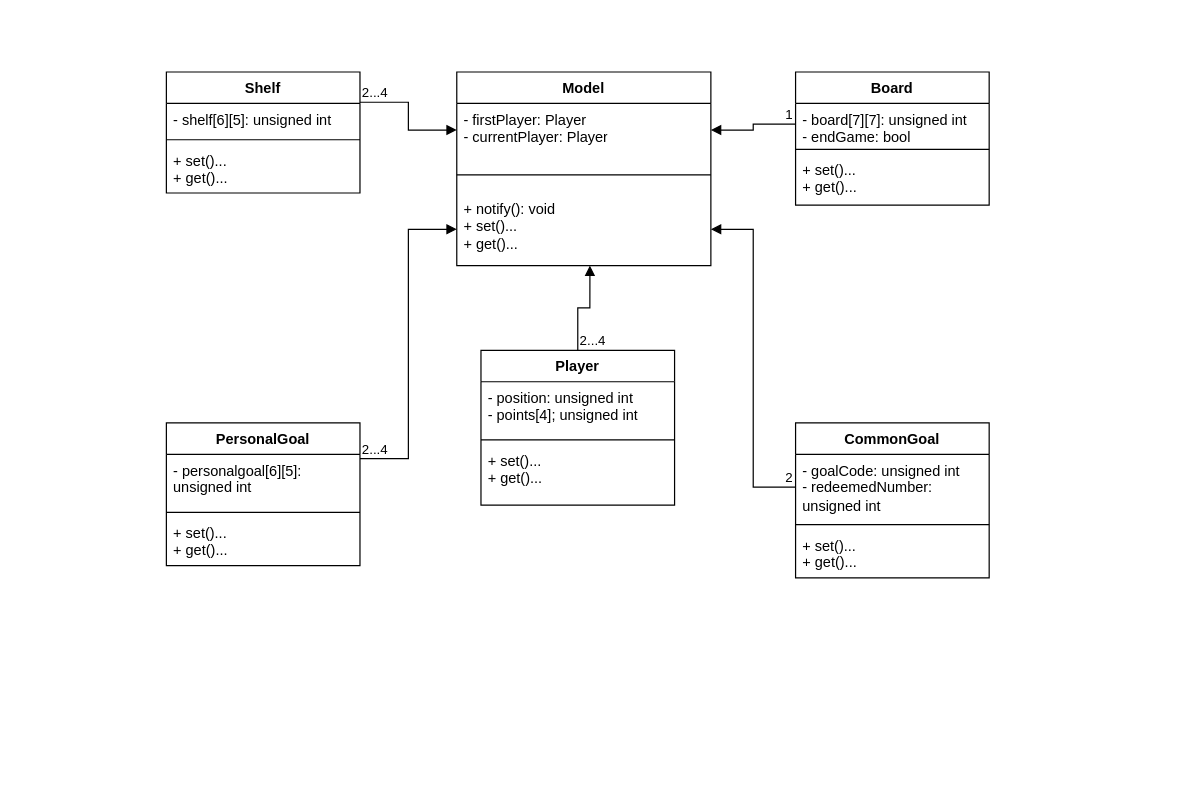
Above: InitialUML.drawio in Luisi-Parsani-Simoncini-Zanardi/ing-sw-2023-luisi-parsani-simoncini-zanardi (draw.io), before the change. Source tidied: cells renumbered, new cells numbered last; positions are measured from the earlier drawing's top-left corner, leaving out a move shared by most shapes. Both pictures are drawn from the tidied source at 121%, with x=0, y=0 at pixel (166, 71).
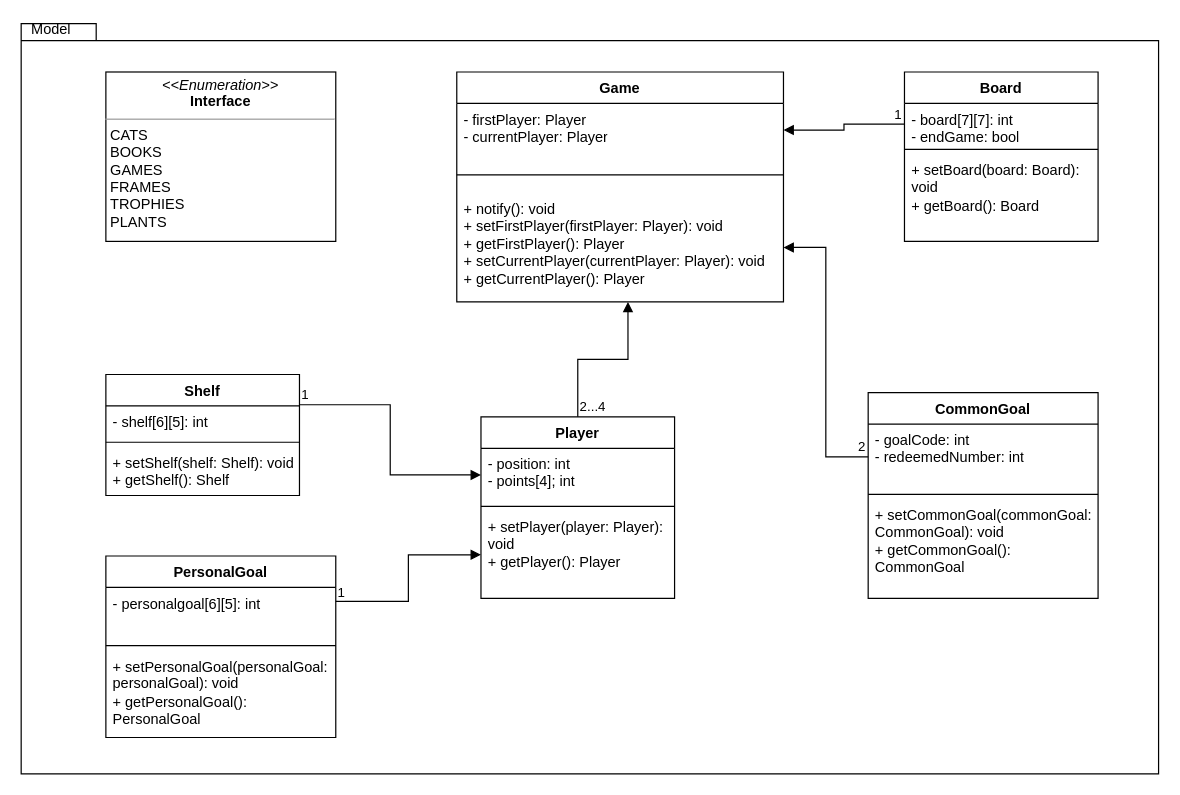
The same page after the edit.

The edit, as a diff of the source:
```diff
@@
-    <mxCell id="2" value="Model" style="swimlane;fontStyle=1;align=center;verticalAlign=top;horizontal=1;startSize=26;whiteSpace=wrap;html=1;" parent="1" vertex="1">
-      <mxGeometry x="240" width="210" height="160" as="geometry" />
+    <mxCell id="2" value="Game" style="swimlane;fontStyle=1;align=center;verticalAlign=top;horizontal=1;startSize=26;whiteSpace=wrap;html=1;" parent="1" vertex="1">
+      <mxGeometry x="240" width="270" height="190" as="geometry" />
     </mxCell>
     <mxCell id="3" value="- firstPlayer: Player&lt;br&gt;- currentPlayer: Player" style="text;strokeColor=none;fillColor=none;align=left;verticalAlign=top;spacingLeft=4;spacingRight=4;overflow=hidden;points=[[0,0.5],[1,0.5]];portConstraint=eastwest;whiteSpace=wrap;html=1;" parent="2" vertex="1">
-      <mxGeometry y="26" width="210" height="44" as="geometry" />
+      <mxGeometry y="26" width="270" height="44" as="geometry" />
     </mxCell>
     <mxCell id="4" style="line;strokeWidth=1;fillColor=none;align=left;verticalAlign=middle;spacingTop=-1;spacingLeft=3;spacingRight=3;labelPosition=right;strokeColor=inherit;" parent="2" vertex="1">
-      <mxGeometry y="70" width="210" height="30" as="geometry" />
+      <mxGeometry y="70" width="270" height="30" as="geometry" />
     </mxCell>
-    <mxCell id="5" value="+ notify(): void&lt;br&gt;+ set()...&lt;br style=&quot;border-color: var(--border-color);&quot;&gt;+ get()..." style="text;strokeColor=none;fillColor=none;align=left;verticalAlign=top;spacingLeft=4;spacingRight=4;overflow=hidden;points=[[0,0.5],[1,0.5]];portConstraint=eastwest;whiteSpace=wrap;html=1;" parent="2" vertex="1">
-      <mxGeometry y="100" width="210" height="60" as="geometry" />
+    <mxCell id="5" value="+ notify(): void&lt;br&gt;+ setFirstPlayer(firstPlayer: Player): void&lt;br style=&quot;border-color: var(--border-color);&quot;&gt;+ getFirstPlayer(): Player&lt;br&gt;+ setCurrentPlayer(currentPlayer: Player): void&lt;br style=&quot;border-color: var(--border-color);&quot;&gt;+ getCurrentPlayer(): Player" style="text;strokeColor=none;fillColor=none;align=left;verticalAlign=top;spacingLeft=4;spacingRight=4;overflow=hidden;points=[[0,0.5],[1,0.5]];portConstraint=eastwest;whiteSpace=wrap;html=1;" parent="2" vertex="1">
+      <mxGeometry y="100" width="270" height="90" as="geometry" />
     </mxCell>
     <mxCell id="6" value="Board" style="swimlane;fontStyle=1;align=center;verticalAlign=top;horizontal=1;startSize=26;whiteSpace=wrap;html=1;" parent="1" vertex="1">
-      <mxGeometry x="520" width="160" height="110" as="geometry" />
+      <mxGeometry x="610" width="160" height="140" as="geometry" />
     </mxCell>
-    <mxCell id="7" value="- board[7][7]: unsigned int&lt;br&gt;- endGame: bool" style="text;strokeColor=none;fillColor=none;align=left;verticalAlign=top;spacingLeft=4;spacingRight=4;overflow=hidden;points=[[0,0.5],[1,0.5]];portConstraint=eastwest;whiteSpace=wrap;html=1;" parent="6" vertex="1">
+    <mxCell id="7" value="- board[7][7]: int&lt;br&gt;- endGame: bool" style="text;strokeColor=none;fillColor=none;align=left;verticalAlign=top;spacingLeft=4;spacingRight=4;overflow=hidden;points=[[0,0.5],[1,0.5]];portConstraint=eastwest;whiteSpace=wrap;html=1;" parent="6" vertex="1">
       <mxGeometry y="26" width="160" height="34" as="geometry" />
     </mxCell>
@@
-    <mxCell id="9" value="+ set()...&lt;br&gt;+ get()..." style="text;strokeColor=none;fillColor=none;align=left;verticalAlign=top;spacingLeft=4;spacingRight=4;overflow=hidden;whiteSpace=wrap;html=1;" parent="6" vertex="1">
-      <mxGeometry y="68" width="160" height="42" as="geometry" />
+    <mxCell id="9" value="+ setBoard(board: Board): void&lt;br style=&quot;border-color: var(--border-color);&quot;&gt;+ getBoard(): Board" style="text;strokeColor=none;fillColor=none;align=left;verticalAlign=top;spacingLeft=4;spacingRight=4;overflow=hidden;whiteSpace=wrap;html=1;" parent="6" vertex="1">
+      <mxGeometry y="68" width="160" height="72" as="geometry" />
     </mxCell>
@@
     <mxCell id="12" value="Shelf" style="swimlane;fontStyle=1;align=center;verticalAlign=top;horizontal=1;startSize=26;whiteSpace=wrap;html=1;" parent="1" vertex="1">
-      <mxGeometry width="160" height="100" as="geometry" />
+      <mxGeometry x="-50" y="250" width="160" height="100" as="geometry" />
     </mxCell>
-    <mxCell id="13" value="- shelf[6][5]: unsigned int" style="text;strokeColor=none;fillColor=none;align=left;verticalAlign=top;spacingLeft=4;spacingRight=4;overflow=hidden;whiteSpace=wrap;html=1;" parent="12" vertex="1">
+    <mxCell id="13" value="- shelf[6][5]: int" style="text;strokeColor=none;fillColor=none;align=left;verticalAlign=top;spacingLeft=4;spacingRight=4;overflow=hidden;whiteSpace=wrap;html=1;" parent="12" vertex="1">
       <mxGeometry y="26" width="160" height="26" as="geometry" />
     </mxCell>
@@
-    <mxCell id="15" value="+ set()...&lt;br style=&quot;border-color: var(--border-color);&quot;&gt;+ get()..." style="text;strokeColor=none;fillColor=none;align=left;verticalAlign=top;spacingLeft=4;spacingRight=4;overflow=hidden;whiteSpace=wrap;html=1;" parent="12" vertex="1">
+    <mxCell id="15" value="+ setShelf(shelf: Shelf): void&lt;br style=&quot;border-color: var(--border-color);&quot;&gt;+ getShelf(): Shelf" style="text;strokeColor=none;fillColor=none;align=left;verticalAlign=top;spacingLeft=4;spacingRight=4;overflow=hidden;whiteSpace=wrap;html=1;" parent="12" vertex="1">
       <mxGeometry y="60" width="160" height="40" as="geometry" />
     </mxCell>
-    <mxCell id="16" style="endArrow=block;endFill=1;html=1;edgeStyle=orthogonalEdgeStyle;align=left;verticalAlign=top;rounded=0;exitX=1;exitY=0.25;exitDx=0;exitDy=0;entryX=0;entryY=0.5;entryDx=0;entryDy=0;" parent="1" edge="1" source="12" target="3">
+    <mxCell id="16" style="endArrow=block;endFill=1;html=1;edgeStyle=orthogonalEdgeStyle;align=left;verticalAlign=top;rounded=0;exitX=1;exitY=0.25;exitDx=0;exitDy=0;entryX=0;entryY=0.5;entryDx=0;entryDy=0;" parent="1" edge="1" source="12" target="31">
       <mxGeometry x="-1" relative="1" as="geometry" />
     </mxCell>
-    <mxCell id="17" value="2...4" style="edgeLabel;html=1;align=left;verticalAlign=bottom;" parent="16" vertex="1">
+    <mxCell id="17" value="1" style="edgeLabel;html=1;align=left;verticalAlign=bottom;" parent="16" vertex="1">
       <mxGeometry x="-1" relative="1" as="geometry" />
     </mxCell>
     <mxCell id="18" value="PersonalGoal" style="swimlane;fontStyle=1;align=center;verticalAlign=top;horizontal=1;startSize=26;whiteSpace=wrap;html=1;" parent="1" vertex="1">
-      <mxGeometry y="290" width="160" height="118" as="geometry" />
+      <mxGeometry x="-50" y="400" width="190" height="150" as="geometry" />
     </mxCell>
-    <mxCell id="19" value="- personalgoal[6][5]: unsigned int" style="text;strokeColor=none;fillColor=none;align=left;verticalAlign=top;spacingLeft=4;spacingRight=4;overflow=hidden;whiteSpace=wrap;html=1;" parent="18" vertex="1">
-      <mxGeometry y="26" width="160" height="44" as="geometry" />
+    <mxCell id="19" value="- personalgoal[6][5]: int" style="text;strokeColor=none;fillColor=none;align=left;verticalAlign=top;spacingLeft=4;spacingRight=4;overflow=hidden;whiteSpace=wrap;html=1;" parent="18" vertex="1">
+      <mxGeometry y="26" width="190" height="44" as="geometry" />
     </mxCell>
     <mxCell id="20" style="line;strokeWidth=1;fillColor=none;align=left;verticalAlign=middle;spacingTop=-1;spacingLeft=3;spacingRight=3;labelPosition=right;strokeColor=inherit;" parent="18" vertex="1">
-      <mxGeometry y="70" width="160" height="8" as="geometry" />
+      <mxGeometry y="70" width="190" height="8" as="geometry" />
     </mxCell>
-    <mxCell id="21" value="+ set()...&lt;br style=&quot;border-color: var(--border-color);&quot;&gt;+ get()..." style="text;strokeColor=none;fillColor=none;align=left;verticalAlign=top;spacingLeft=4;spacingRight=4;overflow=hidden;whiteSpace=wrap;html=1;" parent="18" vertex="1">
-      <mxGeometry y="78" width="160" height="40" as="geometry" />
+    <mxCell id="21" value="+ setPersonalGoal(personalGoal: personalGoal): void&lt;br style=&quot;border-color: var(--border-color);&quot;&gt;+ getPersonalGoal(): PersonalGoal" style="text;strokeColor=none;fillColor=none;align=left;verticalAlign=top;spacingLeft=4;spacingRight=4;overflow=hidden;whiteSpace=wrap;html=1;" parent="18" vertex="1">
+      <mxGeometry y="78" width="190" height="72" as="geometry" />
     </mxCell>
-    <mxCell id="22" style="endArrow=block;endFill=1;html=1;edgeStyle=orthogonalEdgeStyle;align=left;verticalAlign=top;rounded=0;exitX=1;exitY=0.25;exitDx=0;exitDy=0;" parent="1" edge="1" source="18" target="5">
+    <mxCell id="22" style="endArrow=block;endFill=1;html=1;edgeStyle=orthogonalEdgeStyle;align=left;verticalAlign=top;rounded=0;exitX=1;exitY=0.25;exitDx=0;exitDy=0;entryX=0;entryY=0.5;entryDx=0;entryDy=0;" parent="1" edge="1" source="18" target="33">
       <mxGeometry x="-1" relative="1" as="geometry" />
     </mxCell>
-    <mxCell id="23" value="2...4" style="edgeLabel;html=1;align=left;verticalAlign=bottom;" parent="22" vertex="1">
+    <mxCell id="23" value="1" style="edgeLabel;html=1;align=left;verticalAlign=bottom;" parent="22" vertex="1">
       <mxGeometry x="-1" relative="1" as="geometry" />
     </mxCell>
     <mxCell id="24" value="CommonGoal" style="swimlane;fontStyle=1;align=center;verticalAlign=top;horizontal=1;startSize=26;whiteSpace=wrap;html=1;" parent="1" vertex="1">
-      <mxGeometry x="520" y="290" width="160" height="128" as="geometry" />
+      <mxGeometry x="580" y="265" width="190" height="170" as="geometry" />
     </mxCell>
-    <mxCell id="25" value="- goalCode: unsigned int&lt;br&gt;- redeemedNumber: unsigned int" style="text;strokeColor=none;fillColor=none;align=left;verticalAlign=top;spacingLeft=4;spacingRight=4;overflow=hidden;points=[[0,0.5],[1,0.5]];portConstraint=eastwest;whiteSpace=wrap;html=1;" parent="24" vertex="1">
-      <mxGeometry y="26" width="160" height="54" as="geometry" />
+    <mxCell id="25" value="- goalCode: int&lt;br&gt;- redeemedNumber: int" style="text;strokeColor=none;fillColor=none;align=left;verticalAlign=top;spacingLeft=4;spacingRight=4;overflow=hidden;points=[[0,0.5],[1,0.5]];portConstraint=eastwest;whiteSpace=wrap;html=1;" parent="24" vertex="1">
+      <mxGeometry y="26" width="190" height="54" as="geometry" />
     </mxCell>
     <mxCell id="26" style="line;strokeWidth=1;fillColor=none;align=left;verticalAlign=middle;spacingTop=-1;spacingLeft=3;spacingRight=3;labelPosition=right;strokeColor=inherit;" parent="24" vertex="1">
-      <mxGeometry y="80" width="160" height="8" as="geometry" />
+      <mxGeometry y="80" width="190" height="8" as="geometry" />
     </mxCell>
-    <mxCell id="27" value="+ set()...&lt;br style=&quot;border-color: var(--border-color);&quot;&gt;+ get()..." style="text;strokeColor=none;fillColor=none;align=left;verticalAlign=top;spacingLeft=4;spacingRight=4;overflow=hidden;whiteSpace=wrap;html=1;" parent="24" vertex="1">
-      <mxGeometry y="88" width="160" height="40" as="geometry" />
+    <mxCell id="27" value="+ setCommonGoal(commonGoal: CommonGoal): void&lt;br style=&quot;border-color: var(--border-color);&quot;&gt;+ getCommonGoal(): CommonGoal" style="text;strokeColor=none;fillColor=none;align=left;verticalAlign=top;spacingLeft=4;spacingRight=4;overflow=hidden;whiteSpace=wrap;html=1;" parent="24" vertex="1">
+      <mxGeometry y="88" width="190" height="82" as="geometry" />
     </mxCell>
@@
     <mxCell id="30" value="Player" style="swimlane;fontStyle=1;align=center;verticalAlign=top;horizontal=1;startSize=26;whiteSpace=wrap;html=1;" parent="1" vertex="1">
-      <mxGeometry x="260" y="230" width="160" height="128" as="geometry" />
+      <mxGeometry x="260" y="285" width="160" height="150" as="geometry" />
     </mxCell>
+    <mxCell id="36" style="edgeStyle=orthogonalEdgeStyle;rounded=0;orthogonalLoop=1;jettySize=auto;html=1;exitX=0;exitY=0.5;exitDx=0;exitDy=0;entryX=0;entryY=0.5;entryDx=0;entryDy=0;" parent="30" edge="1" source="33" target="33">
+      <mxGeometry relative="1" as="geometry" />
+    </mxCell>
-    <mxCell id="31" value="- position: unsigned int&lt;br&gt;- points[4]; unsigned int" style="text;strokeColor=none;fillColor=none;align=left;verticalAlign=top;spacingLeft=4;spacingRight=4;overflow=hidden;points=[[0,0.5],[1,0.5]];portConstraint=eastwest;whiteSpace=wrap;html=1;" parent="30" vertex="1">
+    <mxCell id="31" value="- position: int&lt;br&gt;- points[4]; int" style="text;strokeColor=none;fillColor=none;align=left;verticalAlign=top;spacingLeft=4;spacingRight=4;overflow=hidden;points=[[0,0.5],[1,0.5]];portConstraint=eastwest;whiteSpace=wrap;html=1;" parent="30" vertex="1">
       <mxGeometry y="26" width="160" height="44" as="geometry" />
     </mxCell>
@@
-    <mxCell id="33" value="+ set()...&lt;br style=&quot;border-color: var(--border-color);&quot;&gt;+ get()..." style="text;strokeColor=none;fillColor=none;align=left;verticalAlign=top;spacingLeft=4;spacingRight=4;overflow=hidden;points=[[0,0.5],[1,0.5]];portConstraint=eastwest;whiteSpace=wrap;html=1;" parent="30" vertex="1">
-      <mxGeometry y="78" width="160" height="50" as="geometry" />
+    <mxCell id="33" value="+ setPlayer(player: Player): void&lt;br style=&quot;border-color: var(--border-color);&quot;&gt;+ getPlayer(): Player" style="text;strokeColor=none;fillColor=none;align=left;verticalAlign=top;spacingLeft=4;spacingRight=4;overflow=hidden;points=[[0,0.5],[1,0.5]];portConstraint=eastwest;whiteSpace=wrap;html=1;" parent="30" vertex="1">
+      <mxGeometry y="78" width="160" height="72" as="geometry" />
     </mxCell>
@@
+    <mxCell id="37" value="&lt;p style=&quot;margin:0px;margin-top:4px;text-align:center;&quot;&gt;&lt;i&gt;&amp;lt;&amp;lt;Enumeration&amp;gt;&amp;gt;&lt;/i&gt;&lt;br&gt;&lt;b&gt;Interface&lt;/b&gt;&lt;/p&gt;&lt;hr size=&quot;1&quot;&gt;&lt;p style=&quot;margin:0px;margin-left:4px;&quot;&gt;CATS&lt;/p&gt;&lt;p style=&quot;margin:0px;margin-left:4px;&quot;&gt;BOOKS&lt;/p&gt;&lt;p style=&quot;margin:0px;margin-left:4px;&quot;&gt;GAMES&lt;/p&gt;&lt;p style=&quot;margin:0px;margin-left:4px;&quot;&gt;FRAMES&lt;/p&gt;&lt;p style=&quot;margin:0px;margin-left:4px;&quot;&gt;TROPHIES&lt;/p&gt;&lt;p style=&quot;margin:0px;margin-left:4px;&quot;&gt;PLANTS&lt;/p&gt;" style="verticalAlign=top;align=left;overflow=fill;fontSize=12;fontFamily=Helvetica;html=1;whiteSpace=wrap;" parent="1" vertex="1">
+      <mxGeometry x="-50" width="190" height="140" as="geometry" />
+    </mxCell>
+    <mxCell id="38" style="shape=folder;fontStyle=1;spacingTop=10;tabWidth=40;tabHeight=14;tabPosition=left;html=1;whiteSpace=wrap;fillColor=none;" parent="1" vertex="1">
+      <mxGeometry x="-120" y="-40" width="940" height="620" as="geometry" />
+    </mxCell>
+    <mxCell id="39" value="Model" style="text;html=1;strokeColor=none;fillColor=none;align=center;verticalAlign=middle;whiteSpace=wrap;rounded=0;" parent="1" vertex="1">
+      <mxGeometry x="-110" y="-40" width="30" height="10" as="geometry" />
+    </mxCell>
```
